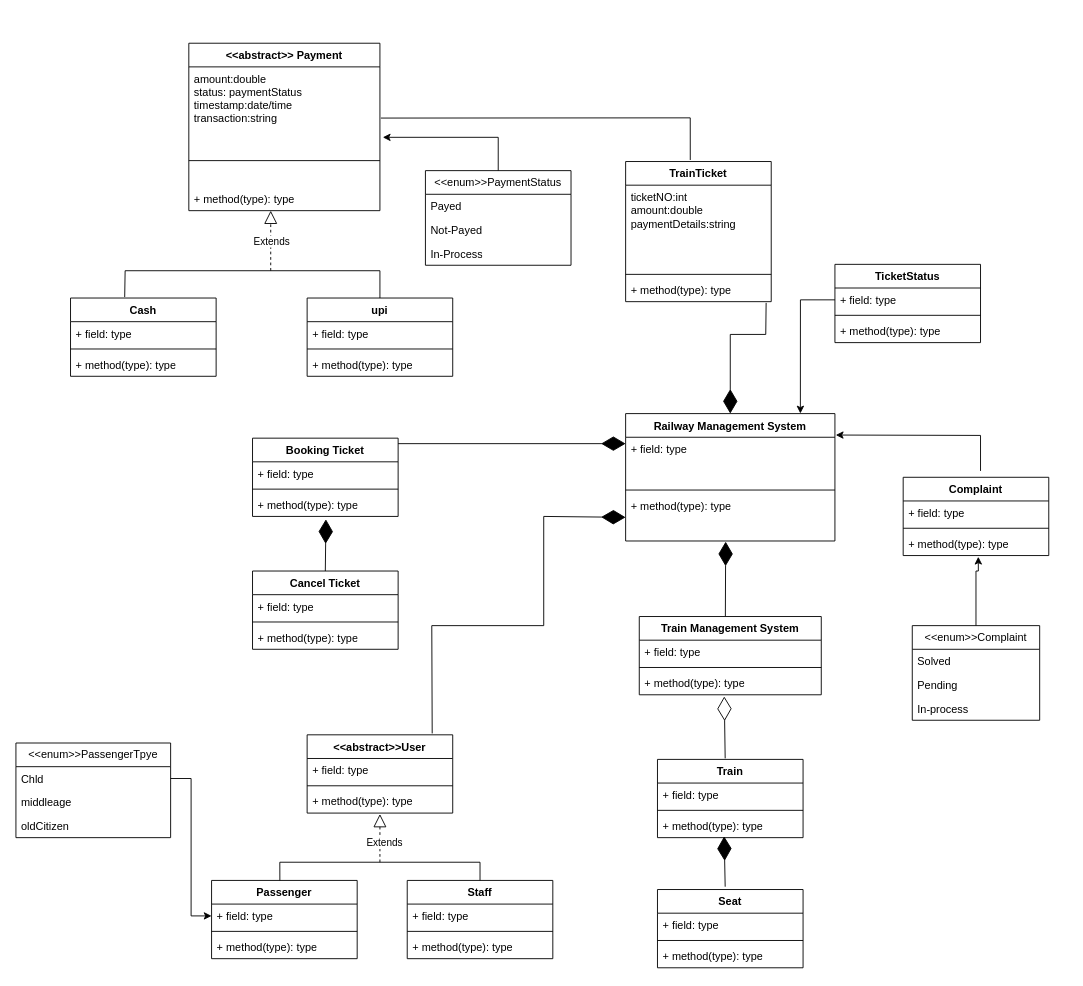
Before: Railway-class.drawio in Sumitsingh74/draw.io, a draw.io diagram. Source tidied: cells renumbered, new cells numbered last; positions are measured from the earlier drawing's top-left corner, leaving out a move shared by most shapes. Both pictures are drawn from the tidied source at 91%, with x=0, y=0 at pixel (15, 43).
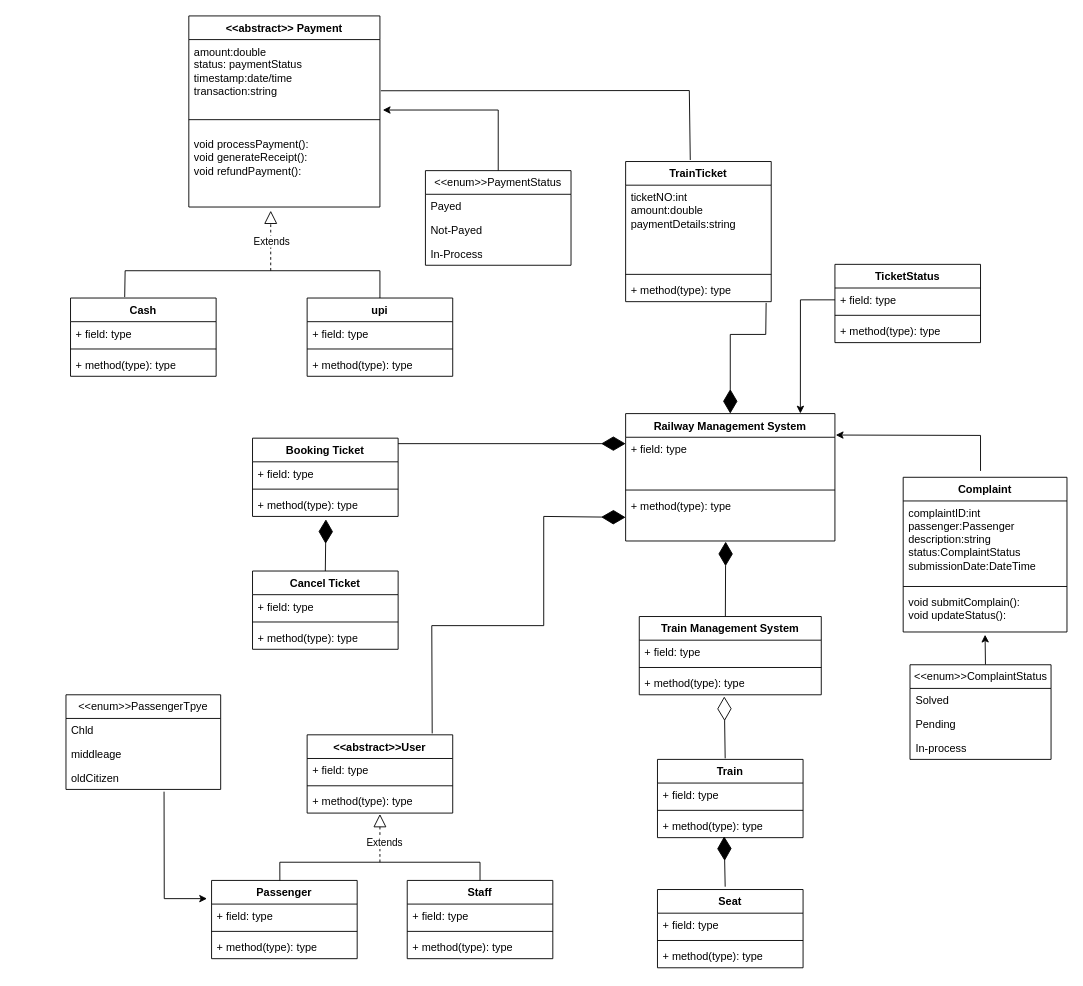
After the change.

The change refers to these unchanged cells:
```xml
<mxCell id="7" value="Chld" style="text;strokeColor=none;fillColor=none;align=left;verticalAlign=top;spacingLeft=4;spacingRight=4;overflow=hidden;points=[[0,0.5],[1,0.5]];portConstraint=eastwest;whiteSpace=wrap;html=1;" parent="6" vertex="1">
  <mxGeometry y="26" width="170" height="26" as="geometry" />
</mxCell>
<mxCell id="9" value="oldCitizen" style="text;strokeColor=none;fillColor=none;align=left;verticalAlign=top;spacingLeft=4;spacingRight=4;overflow=hidden;points=[[0,0.5],[1,0.5]];portConstraint=eastwest;whiteSpace=wrap;html=1;" parent="6" vertex="1">
  <mxGeometry y="78" width="170" height="26" as="geometry" />
</mxCell>
<mxCell id="39" value="+ field: type" style="text;strokeColor=none;fillColor=none;align=left;verticalAlign=top;spacingLeft=4;spacingRight=4;overflow=hidden;points=[[0,0.5],[1,0.5]];portConstraint=eastwest;whiteSpace=wrap;html=1;" parent="38" vertex="1">
  <mxGeometry y="26" width="160" height="26" as="geometry" />
</mxCell>
<mxCell id="51" value="amount:double&lt;div&gt;status: paymentStatus&lt;/div&gt;&lt;div&gt;timestamp:date/time&lt;/div&gt;&lt;div&gt;transaction:string&lt;/div&gt;" style="text;strokeColor=none;fillColor=none;align=left;verticalAlign=top;spacingLeft=4;spacingRight=4;overflow=hidden;points=[[0,0.5],[1,0.5]];portConstraint=eastwest;whiteSpace=wrap;html=1;" parent="50" vertex="1">
  <mxGeometry y="26" width="210" height="74" as="geometry" />
</mxCell>
<mxCell id="58" value="TrainTicket" style="swimlane;fontStyle=1;align=center;verticalAlign=top;horizontal=1;startSize=26;whiteSpace=wrap;html=1;" parent="1" vertex="1">
  <mxGeometry x="670" y="130" width="160" height="154" as="geometry" />
</mxCell>
```

Change to the diagram source:
```diff
@@
     <mxCell id="6" value="&amp;lt;&amp;lt;enum&amp;gt;&amp;gt;PassengerTpye" style="swimlane;fontStyle=0;horizontal=1;startSize=26;fillColor=none;whiteSpace=wrap;html=1;" parent="1" vertex="1">
-      <mxGeometry y="769" width="170" height="104" as="geometry" />
+      <mxGeometry x="55" y="716" width="170" height="104" as="geometry" />
     </mxCell>
@@
     <mxCell id="18" value="Complaint" style="swimlane;fontStyle=1;align=center;verticalAlign=top;horizontal=1;startSize=26;whiteSpace=wrap;html=1;" parent="1" vertex="1">
-      <mxGeometry x="975" y="477" width="160" height="86" as="geometry" />
+      <mxGeometry x="975" y="477" width="180" height="170" as="geometry" />
     </mxCell>
-    <mxCell id="19" value="+ field: type" style="text;strokeColor=none;fillColor=none;align=left;verticalAlign=top;spacingLeft=4;spacingRight=4;overflow=hidden;whiteSpace=wrap;html=1;" parent="18" vertex="1">
-      <mxGeometry y="26" width="160" height="26" as="geometry" />
+    <mxCell id="19" value="complaintID:int&lt;div&gt;passenger:Passenger&lt;/div&gt;&lt;div&gt;description:string&lt;/div&gt;&lt;div&gt;status:ComplaintStatus&lt;/div&gt;&lt;div&gt;submissionDate:DateTime&lt;/div&gt;" style="text;strokeColor=none;fillColor=none;align=left;verticalAlign=top;spacingLeft=4;spacingRight=4;overflow=hidden;whiteSpace=wrap;html=1;" parent="18" vertex="1">
+      <mxGeometry y="26" width="180" height="90" as="geometry" />
     </mxCell>
     <mxCell id="20" style="line;strokeWidth=1;fillColor=none;align=left;verticalAlign=middle;spacingTop=-1;spacingLeft=3;spacingRight=3;labelPosition=right;strokeColor=inherit;" parent="18" vertex="1">
-      <mxGeometry y="52" width="160" height="8" as="geometry" />
+      <mxGeometry y="116" width="180" height="8" as="geometry" />
     </mxCell>
-    <mxCell id="21" value="+ method(type): type" style="text;strokeColor=none;fillColor=none;align=left;verticalAlign=top;spacingLeft=4;spacingRight=4;overflow=hidden;points=[[0,0.5],[1,0.5]];portConstraint=eastwest;whiteSpace=wrap;html=1;" parent="18" vertex="1">
-      <mxGeometry y="60" width="160" height="26" as="geometry" />
+    <mxCell id="21" value="void submitComplain():&lt;div&gt;void updateStatus():&lt;/div&gt;" style="text;strokeColor=none;fillColor=none;align=left;verticalAlign=top;spacingLeft=4;spacingRight=4;overflow=hidden;points=[[0,0.5],[1,0.5]];portConstraint=eastwest;whiteSpace=wrap;html=1;" parent="18" vertex="1">
+      <mxGeometry y="124" width="180" height="46" as="geometry" />
     </mxCell>
@@
     <mxCell id="50" value="&amp;lt;&amp;lt;abstract&amp;gt;&amp;gt; Payment" style="swimlane;fontStyle=1;align=center;verticalAlign=top;horizontal=1;startSize=26;whiteSpace=wrap;html=1;" parent="1" vertex="1">
-      <mxGeometry x="190" width="210" height="184" as="geometry" />
+      <mxGeometry x="190" y="-30" width="210" height="210" as="geometry" />
     </mxCell>
@@
     <mxCell id="52" style="line;strokeWidth=1;fillColor=none;align=left;verticalAlign=middle;spacingTop=-1;spacingLeft=3;spacingRight=3;labelPosition=right;strokeColor=inherit;" parent="50" vertex="1">
-      <mxGeometry y="100" width="210" height="58" as="geometry" />
+      <mxGeometry y="100" width="210" height="28" as="geometry" />
     </mxCell>
-    <mxCell id="53" value="+ method(type): type" style="text;strokeColor=none;fillColor=none;align=left;verticalAlign=top;spacingLeft=4;spacingRight=4;overflow=hidden;whiteSpace=wrap;html=1;" parent="50" vertex="1">
-      <mxGeometry y="158" width="210" height="26" as="geometry" />
+    <mxCell id="53" value="void processPayment():&lt;div&gt;void generateReceipt():&lt;/div&gt;&lt;div&gt;void refundPayment():&lt;/div&gt;" style="text;strokeColor=none;fillColor=none;align=left;verticalAlign=top;spacingLeft=4;spacingRight=4;overflow=hidden;whiteSpace=wrap;html=1;" parent="50" vertex="1">
+      <mxGeometry y="128" width="210" height="82" as="geometry" />
     </mxCell>
@@
-    <mxCell id="68" value="&amp;lt;&amp;lt;enum&amp;gt;&amp;gt;Complaint" style="swimlane;fontStyle=0;horizontal=1;startSize=26;fillColor=none;whiteSpace=wrap;html=1;" parent="1" vertex="1">
-      <mxGeometry x="985" y="640" width="140" height="104" as="geometry" />
+    <mxCell id="68" value="&amp;lt;&amp;lt;enum&amp;gt;&amp;gt;ComplaintStatus" style="swimlane;fontStyle=0;horizontal=1;startSize=26;fillColor=none;whiteSpace=wrap;html=1;" parent="1" vertex="1">
+      <mxGeometry x="982.5" y="683" width="155" height="104" as="geometry" />
     </mxCell>
     <mxCell id="69" value="Solved" style="text;strokeColor=none;fillColor=none;align=left;verticalAlign=top;spacingLeft=4;spacingRight=4;overflow=hidden;whiteSpace=wrap;html=1;" parent="68" vertex="1">
-      <mxGeometry y="26" width="140" height="26" as="geometry" />
+      <mxGeometry y="26" width="155" height="26" as="geometry" />
     </mxCell>
     <mxCell id="70" value="Pending" style="text;strokeColor=none;fillColor=none;align=left;verticalAlign=top;spacingLeft=4;spacingRight=4;overflow=hidden;whiteSpace=wrap;html=1;" parent="68" vertex="1">
-      <mxGeometry y="52" width="140" height="26" as="geometry" />
+      <mxGeometry y="52" width="155" height="26" as="geometry" />
     </mxCell>
     <mxCell id="71" value="In-process" style="text;strokeColor=none;fillColor=none;align=left;verticalAlign=top;spacingLeft=4;spacingRight=4;overflow=hidden;whiteSpace=wrap;html=1;" parent="68" vertex="1">
-      <mxGeometry y="78" width="140" height="26" as="geometry" />
+      <mxGeometry y="78" width="155" height="26" as="geometry" />
     </mxCell>
     <mxCell id="72" style="endArrow=none;html=1;rounded=0;exitX=1.005;exitY=0.76;exitDx=0;exitDy=0;exitPerimeter=0;entryX=0.444;entryY=-0.011;entryDx=0;entryDy=0;entryPerimeter=0;" parent="1" edge="1" source="51" target="58">
       <mxGeometry relative="1" as="geometry">
         <Array as="points">
-          <mxPoint x="741" y="82" />
+          <mxPoint x="740" y="52" />
         </Array>
       </mxGeometry>
     </mxCell>
@@
-    <mxCell id="90" style="edgeStyle=orthogonalEdgeStyle;rounded=0;jettySize=auto;html=1;exitX=1;exitY=0.5;exitDx=0;exitDy=0;entryX=0;entryY=0.5;entryDx=0;entryDy=0;" parent="1" edge="1" source="7" target="39">
-      <mxGeometry relative="1" as="geometry" />
-    </mxCell>
@@
-    <mxCell id="92" style="edgeStyle=orthogonalEdgeStyle;rounded=0;jettySize=auto;html=1;exitX=0.5;exitY=0;exitDx=0;exitDy=0;entryX=0.516;entryY=1.051;entryDx=0;entryDy=0;entryPerimeter=0;" parent="1" edge="1" source="68" target="21">
-      <mxGeometry relative="1" as="geometry">
-        <Array as="points">
-          <mxPoint x="1055" y="580" />
-          <mxPoint x="1058" y="580" />
-        </Array>
-      </mxGeometry>
-    </mxCell>
+    <mxCell id="93" style="endArrow=classic;html=1;rounded=0;exitX=0.634;exitY=1.095;exitDx=0;exitDy=0;exitPerimeter=0;" parent="1" edge="1" source="9">
+      <mxGeometry relative="1" as="geometry">
+        <mxPoint x="210" y="940" as="targetPoint" />
+        <Array as="points">
+          <mxPoint x="163" y="940" />
+        </Array>
+      </mxGeometry>
+    </mxCell>
+    <mxCell id="94" style="endArrow=classic;html=1;rounded=0;exitX=0.535;exitY=-0.003;exitDx=0;exitDy=0;exitPerimeter=0;" parent="1" edge="1" source="68">
+      <mxGeometry relative="1" as="geometry">
+        <mxPoint x="1065" y="650" as="targetPoint" />
+      </mxGeometry>
+    </mxCell>
```
